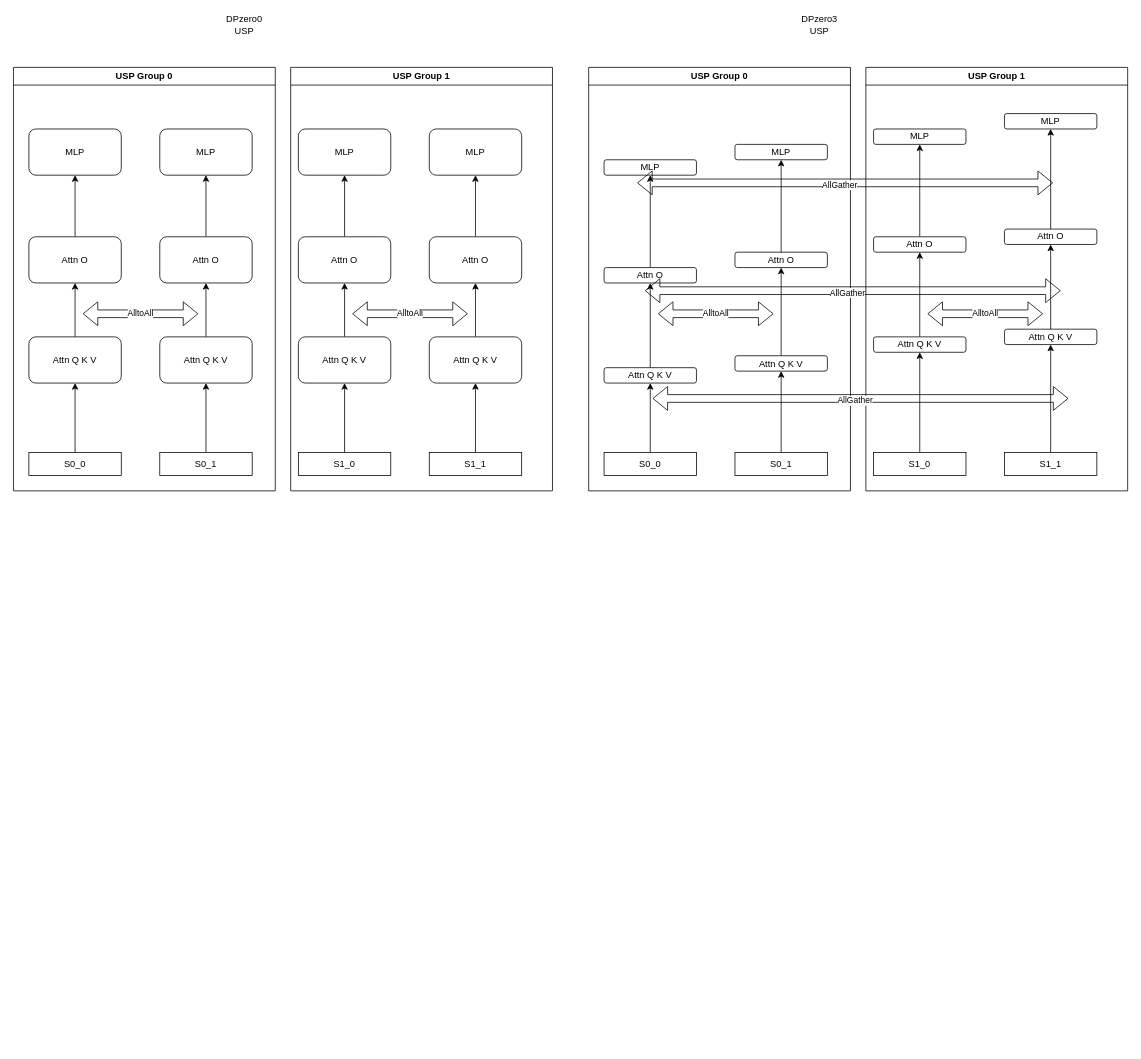
Before: Ulysses.drawio in LamForest/draw.io, a draw.io diagram. Source tidied: cells renumbered, new cells numbered last; positions are measured from the earlier drawing's top-left corner, leaving out a move shared by most shapes. Both pictures are drawn from the tidied source at 77%, with x=0, y=0 at pixel (13, 13).
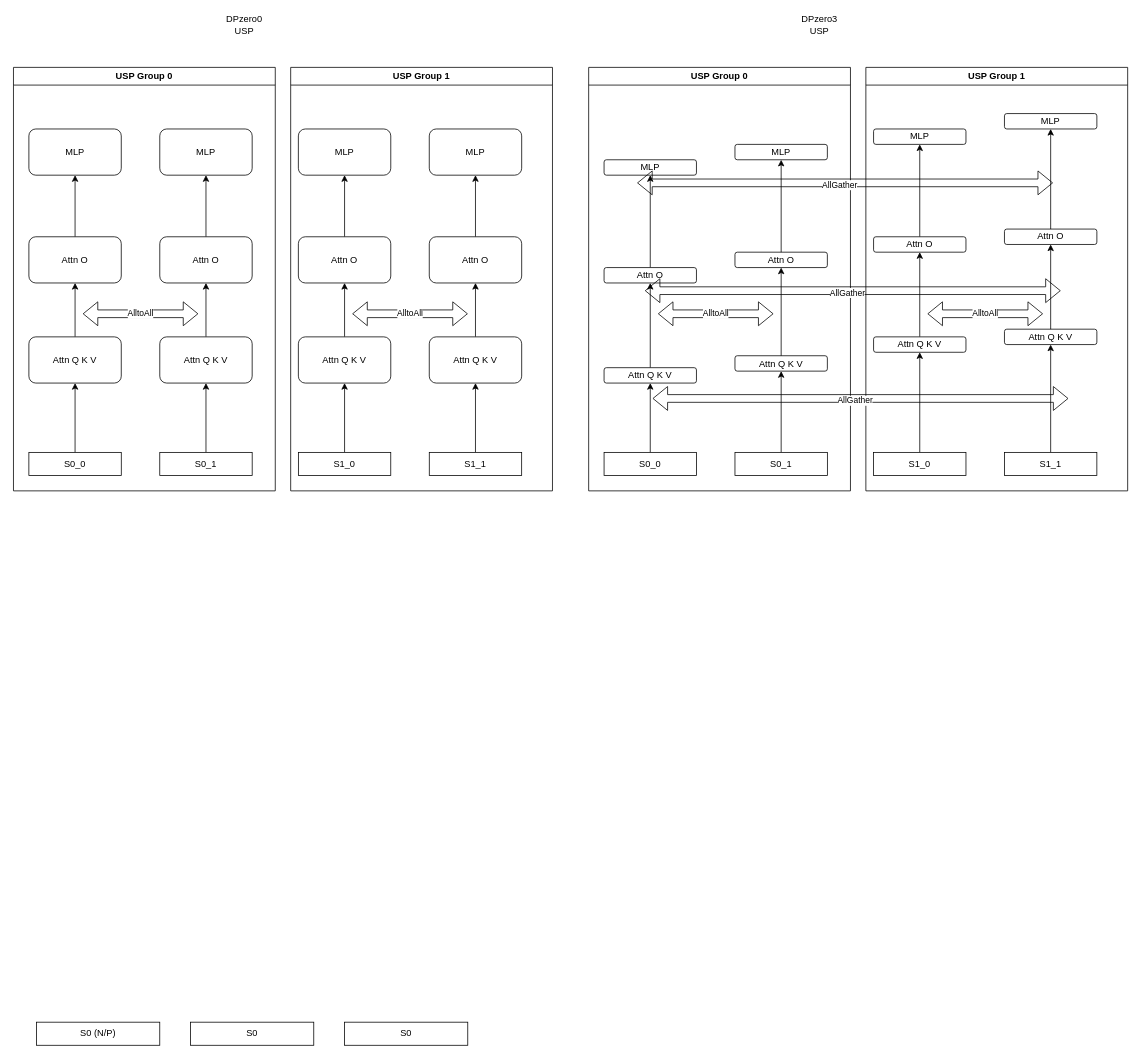
The same page after the edit.

The edit, as a diff of the source:
```diff
@@
+    <mxCell id="78" value="S0 (N/P)" style="rounded=0;whiteSpace=wrap;html=1;" parent="1" vertex="1">
+      <mxGeometry x="30" y="1310" width="160" height="30" as="geometry" />
+    </mxCell>
+    <mxCell id="79" value="S0" style="rounded=0;whiteSpace=wrap;html=1;" parent="1" vertex="1">
+      <mxGeometry x="230" y="1310" width="160" height="30" as="geometry" />
+    </mxCell>
+    <mxCell id="80" value="S0" style="rounded=0;whiteSpace=wrap;html=1;" parent="1" vertex="1">
+      <mxGeometry x="430" y="1310" width="160" height="30" as="geometry" />
+    </mxCell>
```
